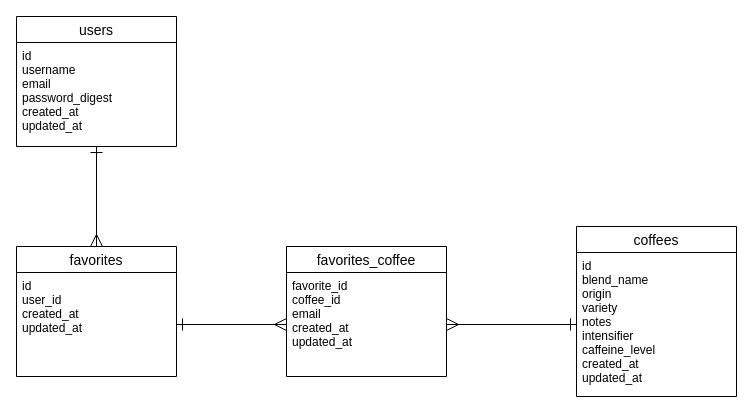
Before: Untitled Diagram.drawio in jpacheco008/caffeine_explorer, a draw.io diagram. Source tidied: cells renumbered, new cells numbered last; positions are measured from the earlier drawing's top-left corner, leaving out a move shared by most shapes. Both pictures are drawn from the tidied source at 100%, with x=0, y=0 at pixel (16, 16).
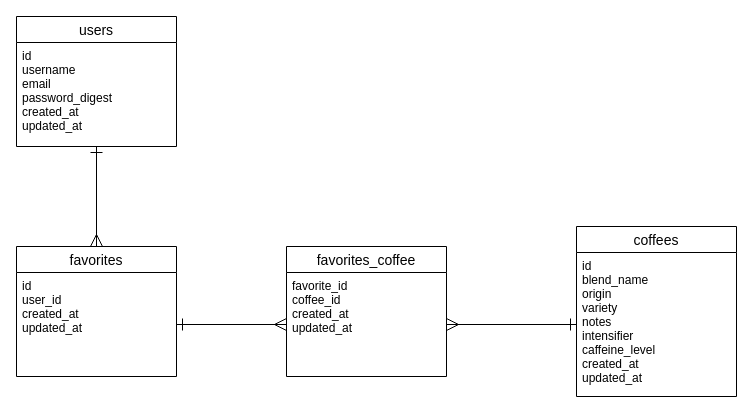
The same diagram, later.

Change to the diagram source:
```diff
@@
 <mxGraphModel>
   <root>
     <mxCell id="0" />
     <mxCell id="1" parent="0" />
     <mxCell id="2" style="edgeStyle=none;rounded=0;jettySize=auto;html=1;exitX=0.5;exitY=1;exitDx=0;exitDy=0;entryX=0.5;entryY=0;entryDx=0;entryDy=0;startArrow=ERone;startFill=0;startSize=10;endArrow=ERmany;endFill=0;endSize=10;" parent="1" edge="1" source="3" target="7">
       <mxGeometry relative="1" as="geometry" />
     </mxCell>
     <mxCell id="3" value="users" style="swimlane;fontStyle=0;horizontal=1;startSize=26;align=center;fontSize=14;" parent="1" vertex="1">
       <mxGeometry width="160" height="130" as="geometry" />
     </mxCell>
     <mxCell id="4" value="id&#10;username&#10;email&#10;password_digest&#10;created_at&#10;updated_at&#10;&#10;" style="text;strokeColor=none;fillColor=none;spacingLeft=4;spacingRight=4;overflow=hidden;fontSize=12;" parent="3" vertex="1">
       <mxGeometry y="26" width="160" height="104" as="geometry" />
     </mxCell>
     <mxCell id="5" value="favorites_coffee" style="swimlane;fontStyle=0;horizontal=1;startSize=26;align=center;fontSize=14;" parent="1" vertex="1">
       <mxGeometry x="270" y="230" width="160" height="130" as="geometry" />
     </mxCell>
-    <mxCell id="6" value="favorite_id&#10;coffee_id&#10;email&#10;created_at&#10;updated_at&#10;&#10;" style="text;strokeColor=none;fillColor=none;spacingLeft=4;spacingRight=4;overflow=hidden;points=[[0,0.5],[1,0.5]];portConstraint=eastwest;fontSize=12;" parent="5" vertex="1">
+    <mxCell id="6" value="favorite_id&#10;coffee_id&#10;created_at&#10;updated_at&#10;&#10;" style="text;strokeColor=none;fillColor=none;spacingLeft=4;spacingRight=4;overflow=hidden;points=[[0,0.5],[1,0.5]];portConstraint=eastwest;fontSize=12;" parent="5" vertex="1">
       <mxGeometry y="26" width="160" height="104" as="geometry" />
     </mxCell>
     <mxCell id="7" value="favorites" style="swimlane;fontStyle=0;horizontal=1;startSize=26;align=center;fontSize=14;" parent="1" vertex="1">
       <mxGeometry y="230" width="160" height="130" as="geometry" />
     </mxCell>
     <mxCell id="8" value="id&#10;user_id&#10;created_at&#10;updated_at&#10;&#10;" style="text;strokeColor=none;fillColor=none;spacingLeft=4;spacingRight=4;overflow=hidden;points=[[0,0.5],[1,0.5]];portConstraint=eastwest;fontSize=12;" parent="7" vertex="1">
       <mxGeometry y="26" width="160" height="104" as="geometry" />
     </mxCell>
     <mxCell id="9" value="coffees" style="swimlane;fontStyle=0;horizontal=1;startSize=26;align=center;fontSize=14;" parent="1" vertex="1">
       <mxGeometry x="560" y="210" width="160" height="170" as="geometry" />
     </mxCell>
     <mxCell id="10" value="id&#10;blend_name&#10;origin&#10;variety&#10;notes&#10;intensifier&#10;caffeine_level &#10;created_at&#10;updated_at&#10;&#10;" style="text;strokeColor=none;fillColor=none;spacingLeft=4;spacingRight=4;overflow=hidden;points=[[0,0.5],[1,0.5]];portConstraint=eastwest;fontSize=12;" parent="9" vertex="1">
       <mxGeometry y="26" width="160" height="144" as="geometry" />
     </mxCell>
     <mxCell id="11" style="edgeStyle=none;rounded=0;jettySize=auto;html=1;exitX=1;exitY=0.5;exitDx=0;exitDy=0;entryX=0;entryY=0.5;entryDx=0;entryDy=0;startArrow=ERone;startFill=0;startSize=10;endArrow=ERmany;endFill=0;endSize=10;" parent="1" edge="1" source="8" target="6">
       <mxGeometry relative="1" as="geometry" />
     </mxCell>
     <mxCell id="12" style="edgeStyle=none;rounded=0;jettySize=auto;html=1;exitX=1;exitY=0.5;exitDx=0;exitDy=0;startArrow=ERmany;startFill=0;startSize=10;endArrow=ERone;endFill=0;endSize=10;" parent="1" edge="1" source="6" target="10">
       <mxGeometry relative="1" as="geometry" />
     </mxCell>
   </root>
 </mxGraphModel>
```
